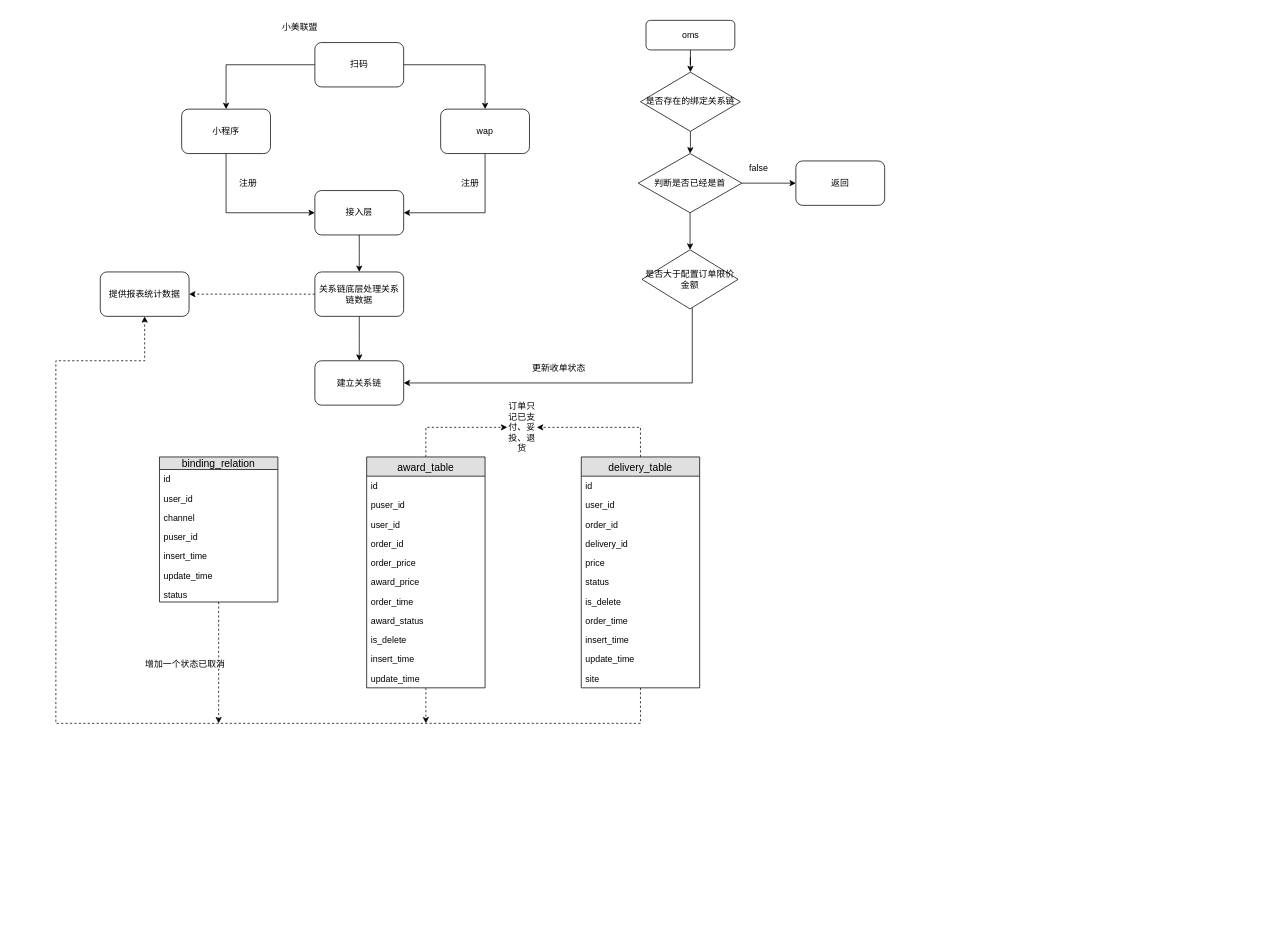
Above: 小美联盟z.drawio in Itxiaopao/viewFloder (draw.io), before the change. Source tidied: cells renumbered, new cells numbered last; positions are measured from the earlier drawing's top-left corner, leaving out a move shared by most shapes. Both pictures are drawn from the tidied source at 74%, with x=0, y=0 at pixel (56, 20).
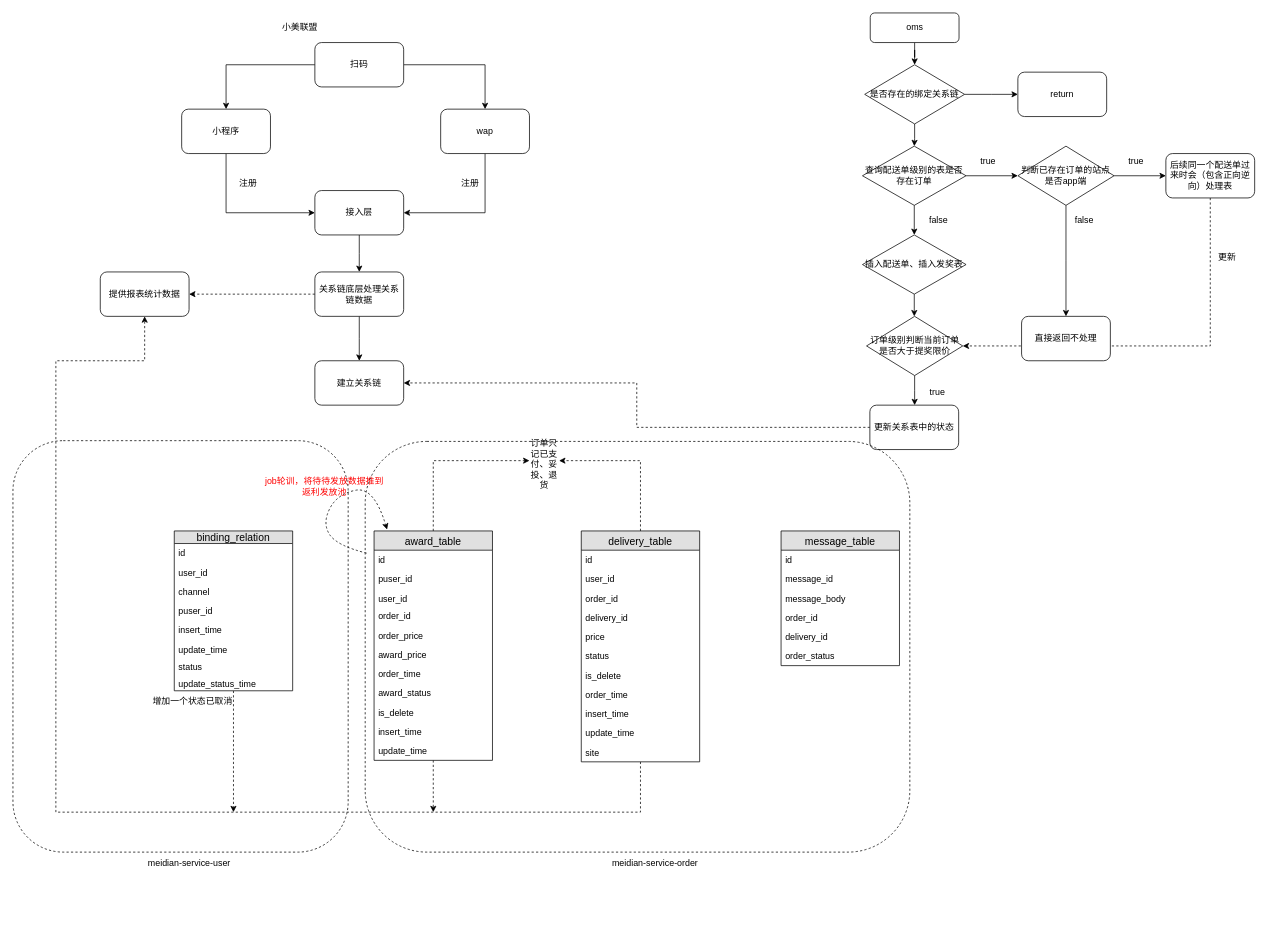
After the change.

The change refers to these unchanged cells:
```xml
<mxCell id="17" value="建立关系链" style="rounded=1;whiteSpace=wrap;html=1;" parent="1" vertex="1">
  <mxGeometry x="350" y="460" width="120" height="60" as="geometry" />
</mxCell>
<mxCell id="28" value="提供报表统计数据" style="rounded=1;whiteSpace=wrap;html=1;" parent="1" vertex="1">
  <mxGeometry x="60" y="340" width="120" height="60" as="geometry" />
</mxCell>
```

The edit, as a diff of the source:
```diff
@@
     <mxCell id="19" value="oms" style="rounded=1;whiteSpace=wrap;html=1;" parent="1" vertex="1">
-      <mxGeometry x="797.5" width="120" height="40" as="geometry" />
+      <mxGeometry x="1100.5" y="-10" width="120" height="40" as="geometry" />
     </mxCell>
-    <mxCell id="20" style="edgeStyle=orthogonalEdgeStyle;rounded=0;jettySize=auto;html=1;" parent="1" edge="1" source="22">
-      <mxGeometry relative="1" as="geometry">
-        <mxPoint x="1000" y="220" as="targetPoint" />
-      </mxGeometry>
-    </mxCell>
-    <mxCell id="21" style="edgeStyle=orthogonalEdgeStyle;rounded=0;jettySize=auto;html=1;entryX=0.5;entryY=0;entryDx=0;entryDy=0;" parent="1" edge="1" source="22" target="26">
-      <mxGeometry relative="1" as="geometry" />
-    </mxCell>
+    <mxCell id="70" style="edgeStyle=orthogonalEdgeStyle;rounded=0;jettySize=auto;html=1;entryX=0.5;entryY=0;entryDx=0;entryDy=0;" parent="1" edge="1" source="22" target="79">
+      <mxGeometry relative="1" as="geometry" />
+    </mxCell>
+    <mxCell id="71" style="edgeStyle=orthogonalEdgeStyle;rounded=0;jettySize=auto;html=1;" parent="1" edge="1" source="22">
+      <mxGeometry relative="1" as="geometry">
+        <mxPoint x="1300" y="210" as="targetPoint" />
+      </mxGeometry>
+    </mxCell>
-    <mxCell id="22" value="判断是否已经是首" style="rhombus;whiteSpace=wrap;html=1;" parent="1" vertex="1">
-      <mxGeometry x="787" y="180" width="140" height="80" as="geometry" />
+    <mxCell id="22" value="查询配送单级别的表是否存在订单" style="rhombus;whiteSpace=wrap;html=1;" parent="1" vertex="1">
+      <mxGeometry x="1090" y="170" width="140" height="80" as="geometry" />
     </mxCell>
-    <mxCell id="23" value="false" style="text;html=1;strokeColor=none;fillColor=none;align=center;verticalAlign=middle;whiteSpace=wrap;rounded=0;" parent="1" vertex="1">
-      <mxGeometry x="930" y="190" width="40" height="20" as="geometry" />
-    </mxCell>
-    <mxCell id="24" value="返回" style="rounded=1;whiteSpace=wrap;html=1;" parent="1" vertex="1">
-      <mxGeometry x="1000" y="190" width="120" height="60" as="geometry" />
-    </mxCell>
-    <mxCell id="25" style="edgeStyle=orthogonalEdgeStyle;rounded=0;jettySize=auto;html=1;entryX=1;entryY=0.5;entryDx=0;entryDy=0;" parent="1" edge="1" source="26" target="17">
-      <mxGeometry relative="1" as="geometry">
-        <Array as="points">
-          <mxPoint x="860" y="490" />
-        </Array>
-      </mxGeometry>
-    </mxCell>
+    <mxCell id="72" style="edgeStyle=orthogonalEdgeStyle;rounded=0;jettySize=auto;html=1;" parent="1" edge="1" source="26">
+      <mxGeometry relative="1" as="geometry">
+        <mxPoint x="1160.5" y="520" as="targetPoint" />
+      </mxGeometry>
+    </mxCell>
-    <mxCell id="26" value="是否大于配置订单限价金额" style="rhombus;whiteSpace=wrap;html=1;" parent="1" vertex="1">
-      <mxGeometry x="792" y="310" width="130" height="80" as="geometry" />
+    <mxCell id="26" value="订单级别判断当前订单是否大于提奖限价" style="rhombus;whiteSpace=wrap;html=1;" parent="1" vertex="1">
+      <mxGeometry x="1095.5" y="400" width="130" height="80" as="geometry" />
     </mxCell>
-    <mxCell id="27" value="更新收单状态" style="text;html=1;strokeColor=none;fillColor=none;align=center;verticalAlign=middle;whiteSpace=wrap;rounded=0;" parent="1" vertex="1">
-      <mxGeometry x="630" y="460" width="100" height="20" as="geometry" />
-    </mxCell>
+    <mxCell id="73" style="edgeStyle=orthogonalEdgeStyle;rounded=0;orthogonalLoop=1;jettySize=auto;html=1;" parent="1" edge="1">
+      <mxGeometry relative="1" as="geometry">
+        <mxPoint x="1305.5" y="560" as="targetPoint" />
+      </mxGeometry>
+    </mxCell>
@@
+    <mxCell id="74" style="edgeStyle=orthogonalEdgeStyle;rounded=0;jettySize=auto;html=1;" parent="1" edge="1" source="30">
+      <mxGeometry relative="1" as="geometry">
+        <mxPoint x="1300" y="100" as="targetPoint" />
+      </mxGeometry>
+    </mxCell>
     <mxCell id="30" value="&lt;span style=&quot;white-space: normal&quot;&gt;是否存在的绑定关系链&lt;/span&gt;" style="rhombus;whiteSpace=wrap;html=1;" parent="1" vertex="1">
-      <mxGeometry x="790" y="70" width="135" height="80" as="geometry" />
+      <mxGeometry x="1093" y="60" width="135" height="80" as="geometry" />
     </mxCell>
-    <mxCell id="31" style="edgeStyle=orthogonalEdgeStyle;rounded=0;jettySize=auto;html=1;dashed=1;" parent="1" edge="1" source="32">
-      <mxGeometry relative="1" as="geometry">
-        <mxPoint x="220" y="950" as="targetPoint" />
-      </mxGeometry>
-    </mxCell>
+    <mxCell id="75" style="edgeStyle=orthogonalEdgeStyle;rounded=0;jettySize=auto;html=1;dashed=1;" parent="1" edge="1" source="32">
+      <mxGeometry relative="1" as="geometry">
+        <mxPoint x="240" y="1070" as="targetPoint" />
+      </mxGeometry>
+    </mxCell>
     <mxCell id="32" value="binding_relation" style="swimlane;fontStyle=0;horizontal=1;startSize=17;fillColor=#e0e0e0;swimlaneFillColor=#ffffff;align=center;fontSize=14;" parent="1" vertex="1">
-      <mxGeometry x="140" y="590" width="160" height="196" as="geometry" />
+      <mxGeometry x="160" y="690" width="160" height="216" as="geometry" />
     </mxCell>
@@
     <mxCell id="38" value="update_time" style="text;strokeColor=none;fillColor=none;spacingLeft=4;spacingRight=4;overflow=hidden;fontSize=12;" parent="32" vertex="1">
-      <mxGeometry y="147" width="160" height="26" as="geometry" />
+      <mxGeometry y="147" width="160" height="23" as="geometry" />
     </mxCell>
     <mxCell id="39" value="status" style="text;strokeColor=none;fillColor=none;spacingLeft=4;spacingRight=4;overflow=hidden;fontSize=12;" parent="32" vertex="1">
-      <mxGeometry y="173" width="160" height="23" as="geometry" />
+      <mxGeometry y="170" width="160" height="23" as="geometry" />
     </mxCell>
+    <mxCell id="76" value="update_status_time" style="text;strokeColor=none;fillColor=none;spacingLeft=4;spacingRight=4;overflow=hidden;fontSize=12;" parent="32" vertex="1">
+      <mxGeometry y="193" width="160" height="23" as="geometry" />
+    </mxCell>
-    <mxCell id="40" style="edgeStyle=orthogonalEdgeStyle;rounded=0;jettySize=auto;html=1;entryX=0;entryY=0.5;entryDx=0;entryDy=0;dashed=1;" parent="1" edge="1" source="42" target="68">
+    <mxCell id="40" style="edgeStyle=orthogonalEdgeStyle;rounded=0;jettySize=auto;html=1;entryX=0;entryY=0.25;entryDx=0;entryDy=0;dashed=1;" parent="1" edge="1" source="42" target="68">
       <mxGeometry relative="1" as="geometry">
         <Array as="points">
-          <mxPoint x="500" y="550" />
+          <mxPoint x="510" y="595" />
         </Array>
       </mxGeometry>
     </mxCell>
-    <mxCell id="41" style="edgeStyle=orthogonalEdgeStyle;rounded=0;jettySize=auto;html=1;dashed=1;" parent="1" edge="1" source="42">
-      <mxGeometry relative="1" as="geometry">
-        <mxPoint x="500" y="950" as="targetPoint" />
-      </mxGeometry>
-    </mxCell>
+    <mxCell id="77" style="edgeStyle=orthogonalEdgeStyle;rounded=0;jettySize=auto;html=1;dashed=1;" parent="1" edge="1" source="42">
+      <mxGeometry relative="1" as="geometry">
+        <mxPoint x="510" y="1070" as="targetPoint" />
+      </mxGeometry>
+    </mxCell>
     <mxCell id="42" value="award_table" style="swimlane;fontStyle=0;horizontal=1;startSize=26;fillColor=#e0e0e0;swimlaneFillColor=#ffffff;align=center;fontSize=14;" parent="1" vertex="1">
-      <mxGeometry x="420" y="590" width="160" height="312" as="geometry" />
+      <mxGeometry x="430" y="690" width="160" height="310" as="geometry" />
     </mxCell>
@@
     <mxCell id="45" value="user_id" style="text;strokeColor=none;fillColor=none;spacingLeft=4;spacingRight=4;overflow=hidden;fontSize=12;" parent="42" vertex="1">
-      <mxGeometry y="78" width="160" height="26" as="geometry" />
+      <mxGeometry y="78" width="160" height="24" as="geometry" />
     </mxCell>
     <mxCell id="46" value="order_id" style="text;strokeColor=none;fillColor=none;spacingLeft=4;spacingRight=4;overflow=hidden;fontSize=12;" parent="42" vertex="1">
-      <mxGeometry y="104" width="160" height="26" as="geometry" />
+      <mxGeometry y="102" width="160" height="26" as="geometry" />
     </mxCell>
     <mxCell id="47" value="order_price" style="text;strokeColor=none;fillColor=none;spacingLeft=4;spacingRight=4;overflow=hidden;fontSize=12;" parent="42" vertex="1">
-      <mxGeometry y="130" width="160" height="26" as="geometry" />
+      <mxGeometry y="128" width="160" height="26" as="geometry" />
     </mxCell>
     <mxCell id="48" value="award_price" style="text;strokeColor=none;fillColor=none;spacingLeft=4;spacingRight=4;overflow=hidden;fontSize=12;" parent="42" vertex="1">
-      <mxGeometry y="156" width="160" height="26" as="geometry" />
+      <mxGeometry y="154" width="160" height="26" as="geometry" />
     </mxCell>
     <mxCell id="49" value="order_time" style="text;strokeColor=none;fillColor=none;spacingLeft=4;spacingRight=4;overflow=hidden;fontSize=12;" parent="42" vertex="1">
-      <mxGeometry y="182" width="160" height="26" as="geometry" />
+      <mxGeometry y="180" width="160" height="26" as="geometry" />
     </mxCell>
     <mxCell id="50" value="award_status" style="text;strokeColor=none;fillColor=none;spacingLeft=4;spacingRight=4;overflow=hidden;fontSize=12;" parent="42" vertex="1">
-      <mxGeometry y="208" width="160" height="26" as="geometry" />
+      <mxGeometry y="206" width="160" height="26" as="geometry" />
     </mxCell>
     <mxCell id="51" value="is_delete" style="text;strokeColor=none;fillColor=none;spacingLeft=4;spacingRight=4;overflow=hidden;fontSize=12;" parent="42" vertex="1">
-      <mxGeometry y="234" width="160" height="26" as="geometry" />
+      <mxGeometry y="232" width="160" height="26" as="geometry" />
     </mxCell>
     <mxCell id="52" value="insert_time" style="text;strokeColor=none;fillColor=none;spacingLeft=4;spacingRight=4;overflow=hidden;fontSize=12;" parent="42" vertex="1">
-      <mxGeometry y="260" width="160" height="26" as="geometry" />
+      <mxGeometry y="258" width="160" height="26" as="geometry" />
     </mxCell>
     <mxCell id="53" value="update_time" style="text;strokeColor=none;fillColor=none;spacingLeft=4;spacingRight=4;overflow=hidden;fontSize=12;" parent="42" vertex="1">
-      <mxGeometry y="286" width="160" height="26" as="geometry" />
+      <mxGeometry y="284" width="160" height="26" as="geometry" />
     </mxCell>
     <mxCell id="54" style="edgeStyle=orthogonalEdgeStyle;rounded=0;jettySize=auto;html=1;entryX=0.5;entryY=1;entryDx=0;entryDy=0;dashed=1;" parent="1" edge="1" source="56" target="28">
       <mxGeometry relative="1" as="geometry">
         <Array as="points">
-          <mxPoint x="790" y="950" />
-          <mxPoint y="950" />
+          <mxPoint x="790" y="1070" />
+          <mxPoint y="1070" />
           <mxPoint y="460" />
           <mxPoint x="120" y="460" />
         </Array>
       </mxGeometry>
     </mxCell>
-    <mxCell id="55" style="edgeStyle=orthogonalEdgeStyle;rounded=0;jettySize=auto;html=1;entryX=1;entryY=0.5;entryDx=0;entryDy=0;dashed=1;" parent="1" edge="1" source="56" target="68">
+    <mxCell id="55" style="edgeStyle=orthogonalEdgeStyle;rounded=0;jettySize=auto;html=1;entryX=1;entryY=0.25;entryDx=0;entryDy=0;dashed=1;" parent="1" edge="1" source="56" target="68">
       <mxGeometry relative="1" as="geometry">
         <Array as="points">
-          <mxPoint x="790" y="550" />
+          <mxPoint x="790" y="595" />
         </Array>
       </mxGeometry>
     </mxCell>
     <mxCell id="56" value="delivery_table" style="swimlane;fontStyle=0;horizontal=1;startSize=26;fillColor=#e0e0e0;swimlaneFillColor=#ffffff;align=center;fontSize=14;" parent="1" vertex="1">
-      <mxGeometry x="710" y="590" width="160" height="312" as="geometry" />
+      <mxGeometry x="710" y="690" width="160" height="312" as="geometry" />
     </mxCell>
@@
     <mxCell id="68" value="订单只记已支付、妥投、退货" style="text;html=1;strokeColor=none;fillColor=none;align=center;verticalAlign=middle;whiteSpace=wrap;rounded=0;" parent="1" vertex="1">
-      <mxGeometry x="610" y="540" width="40" height="20" as="geometry" />
+      <mxGeometry x="640" y="590" width="40" height="20" as="geometry" />
     </mxCell>
     <mxCell id="69" value="增加一个状态已取消" style="text;html=1;strokeColor=none;fillColor=none;align=center;verticalAlign=middle;whiteSpace=wrap;rounded=0;" parent="1" vertex="1">
-      <mxGeometry x="120" y="860" width="110" height="20" as="geometry" />
+      <mxGeometry x="130" y="910" width="110" height="20" as="geometry" />
     </mxCell>
+    <mxCell id="78" style="edgeStyle=orthogonalEdgeStyle;rounded=0;jettySize=auto;html=1;" parent="1" edge="1" source="79">
+      <mxGeometry relative="1" as="geometry">
+        <mxPoint x="1160" y="400" as="targetPoint" />
+      </mxGeometry>
+    </mxCell>
+    <mxCell id="79" value="插入配送单、插入发奖表" style="rhombus;whiteSpace=wrap;html=1;" parent="1" vertex="1">
+      <mxGeometry x="1090" y="290" width="140" height="80" as="geometry" />
+    </mxCell>
+    <mxCell id="80" value="false" style="text;html=1;strokeColor=none;fillColor=none;align=center;verticalAlign=middle;whiteSpace=wrap;rounded=0;" parent="1" vertex="1">
+      <mxGeometry x="1173" y="260" width="40" height="20" as="geometry" />
+    </mxCell>
+    <mxCell id="81" value="true" style="text;html=1;align=center;verticalAlign=middle;" parent="1" vertex="1">
+      <mxGeometry x="1171" y="493" width="40" height="20" as="geometry" />
+    </mxCell>
+    <mxCell id="82" style="edgeStyle=orthogonalEdgeStyle;rounded=0;jettySize=auto;html=1;dashed=1;" parent="1" edge="1" source="83" target="17">
+      <mxGeometry relative="1" as="geometry">
+        <Array as="points">
+          <mxPoint x="785" y="550" />
+          <mxPoint x="785" y="490" />
+        </Array>
+      </mxGeometry>
+    </mxCell>
+    <mxCell id="83" value="&lt;span style=&quot;white-space: normal&quot;&gt;更新关系表中的状态&lt;/span&gt;" style="rounded=1;whiteSpace=wrap;html=1;" parent="1" vertex="1">
+      <mxGeometry x="1100" y="520" width="120" height="60" as="geometry" />
+    </mxCell>
+    <mxCell id="84" value="return" style="rounded=1;whiteSpace=wrap;html=1;" parent="1" vertex="1">
+      <mxGeometry x="1300" y="70" width="120" height="60" as="geometry" />
+    </mxCell>
+    <mxCell id="85" style="edgeStyle=orthogonalEdgeStyle;rounded=0;jettySize=auto;html=1;" parent="1" edge="1" source="87">
+      <mxGeometry relative="1" as="geometry">
+        <mxPoint x="1500" y="210" as="targetPoint" />
+      </mxGeometry>
+    </mxCell>
+    <mxCell id="86" style="edgeStyle=orthogonalEdgeStyle;rounded=0;jettySize=auto;html=1;" parent="1" edge="1" source="87">
+      <mxGeometry relative="1" as="geometry">
+        <mxPoint x="1365" y="400" as="targetPoint" />
+      </mxGeometry>
+    </mxCell>
+    <mxCell id="87" value="判断已存在订单的站点是否app端" style="rhombus;whiteSpace=wrap;html=1;" parent="1" vertex="1">
+      <mxGeometry x="1300" y="170" width="130" height="80" as="geometry" />
+    </mxCell>
+    <mxCell id="88" value="true" style="text;html=1;strokeColor=none;fillColor=none;align=center;verticalAlign=middle;whiteSpace=wrap;rounded=0;" parent="1" vertex="1">
+      <mxGeometry x="1240" y="180" width="40" height="20" as="geometry" />
+    </mxCell>
+    <mxCell id="89" value="true" style="text;html=1;strokeColor=none;fillColor=none;align=center;verticalAlign=middle;whiteSpace=wrap;rounded=0;" parent="1" vertex="1">
+      <mxGeometry x="1440" y="180" width="40" height="20" as="geometry" />
+    </mxCell>
+    <mxCell id="90" style="edgeStyle=orthogonalEdgeStyle;rounded=0;jettySize=auto;html=1;entryX=1;entryY=0.5;entryDx=0;entryDy=0;dashed=1;" parent="1" edge="1" source="91" target="26">
+      <mxGeometry relative="1" as="geometry">
+        <Array as="points">
+          <mxPoint x="1560" y="440" />
+        </Array>
+      </mxGeometry>
+    </mxCell>
+    <mxCell id="91" value="后续同一个配送单过来时会（包含正向逆向）处理表" style="rounded=1;whiteSpace=wrap;html=1;" parent="1" vertex="1">
+      <mxGeometry x="1500" y="180" width="120" height="60" as="geometry" />
+    </mxCell>
+    <mxCell id="92" value="直接返回不处理" style="rounded=1;whiteSpace=wrap;html=1;" parent="1" vertex="1">
+      <mxGeometry x="1305" y="400" width="120" height="60" as="geometry" />
+    </mxCell>
+    <mxCell id="93" value="false" style="text;html=1;strokeColor=none;fillColor=none;align=center;verticalAlign=middle;whiteSpace=wrap;rounded=0;" parent="1" vertex="1">
+      <mxGeometry x="1370" y="260" width="40" height="20" as="geometry" />
+    </mxCell>
+    <mxCell id="94" value="更新" style="text;html=1;strokeColor=none;fillColor=none;align=center;verticalAlign=middle;whiteSpace=wrap;rounded=0;" parent="1" vertex="1">
+      <mxGeometry x="1563" y="310" width="40" height="20" as="geometry" />
+    </mxCell>
+    <mxCell id="95" style="curved=1;endArrow=classic;html=1;dashed=1;entryX=0.11;entryY=-0.006;entryDx=0;entryDy=0;entryPerimeter=0;" parent="1" edge="1" target="42">
+      <mxGeometry relative="1" as="geometry">
+        <mxPoint x="420" y="720" as="sourcePoint" />
+        <Array as="points">
+          <mxPoint x="380" y="710" />
+          <mxPoint x="360" y="680" />
+          <mxPoint x="380" y="640" />
+          <mxPoint x="430" y="630" />
+        </Array>
+      </mxGeometry>
+    </mxCell>
+    <mxCell id="96" value="&lt;font color=&quot;#ff0000&quot;&gt;job轮训，将待待发放数据推到返利发放池&lt;/font&gt;" style="text;html=1;strokeColor=none;fillColor=none;align=center;verticalAlign=middle;whiteSpace=wrap;rounded=0;" parent="1" vertex="1">
+      <mxGeometry x="278.4" y="620" width="170" height="20" as="geometry" />
+    </mxCell>
+    <mxCell id="97" value="message_table" style="swimlane;fontStyle=0;horizontal=1;startSize=26;fillColor=#e0e0e0;swimlaneFillColor=#ffffff;align=center;fontSize=14;" parent="1" vertex="1">
+      <mxGeometry x="980" y="690" width="160" height="182" as="geometry" />
+    </mxCell>
+    <mxCell id="98" value="id" style="text;strokeColor=none;fillColor=none;spacingLeft=4;spacingRight=4;overflow=hidden;fontSize=12;" parent="97" vertex="1">
+      <mxGeometry y="26" width="160" height="26" as="geometry" />
+    </mxCell>
+    <mxCell id="99" value="message_id" style="text;strokeColor=none;fillColor=none;spacingLeft=4;spacingRight=4;overflow=hidden;fontSize=12;" parent="97" vertex="1">
+      <mxGeometry y="52" width="160" height="26" as="geometry" />
+    </mxCell>
+    <mxCell id="100" value="message_body" style="text;strokeColor=none;fillColor=none;spacingLeft=4;spacingRight=4;overflow=hidden;fontSize=12;" parent="97" vertex="1">
+      <mxGeometry y="78" width="160" height="26" as="geometry" />
+    </mxCell>
+    <mxCell id="101" value="order_id" style="text;strokeColor=none;fillColor=none;spacingLeft=4;spacingRight=4;overflow=hidden;fontSize=12;" parent="97" vertex="1">
+      <mxGeometry y="104" width="160" height="26" as="geometry" />
+    </mxCell>
+    <mxCell id="102" value="delivery_id" style="text;strokeColor=none;fillColor=none;spacingLeft=4;spacingRight=4;overflow=hidden;fontSize=12;" parent="97" vertex="1">
+      <mxGeometry y="130" width="160" height="26" as="geometry" />
+    </mxCell>
+    <mxCell id="103" value="order_status" style="text;strokeColor=none;fillColor=none;spacingLeft=4;spacingRight=4;overflow=hidden;fontSize=12;" parent="97" vertex="1">
+      <mxGeometry y="156" width="160" height="26" as="geometry" />
+    </mxCell>
+    <mxCell id="104" style="rounded=1;whiteSpace=wrap;html=1;shadow=0;gradientColor=none;fillColor=none;strokeColor=none;" parent="1" vertex="1">
+      <mxGeometry x="-40" y="1170" width="120" height="60" as="geometry" />
+    </mxCell>
+    <mxCell id="105" style="rounded=1;whiteSpace=wrap;html=1;shadow=0;strokeColor=#000000;fillColor=none;gradientColor=#ffffff;dashed=1;" parent="1" vertex="1">
+      <mxGeometry x="-58" y="568" width="453" height="556" as="geometry" />
+    </mxCell>
+    <mxCell id="106" style="rounded=1;whiteSpace=wrap;html=1;shadow=0;dashed=1;strokeColor=#000000;fillColor=none;gradientColor=#ffffff;" parent="1" vertex="1">
+      <mxGeometry x="418" y="569" width="736" height="555" as="geometry" />
+    </mxCell>
+    <mxCell id="107" value="meidian-service-user" style="text;html=1;strokeColor=none;fillColor=none;align=center;verticalAlign=middle;whiteSpace=wrap;rounded=0;shadow=0;dashed=1;" parent="1" vertex="1">
+      <mxGeometry x="110" y="1129" width="141" height="20" as="geometry" />
+    </mxCell>
+    <mxCell id="108" value="meidian-service-order" style="text;html=1;strokeColor=none;fillColor=none;align=center;verticalAlign=middle;whiteSpace=wrap;rounded=0;shadow=0;dashed=1;" parent="1" vertex="1">
+      <mxGeometry x="740" y="1129" width="140" height="20" as="geometry" />
+    </mxCell>
```
